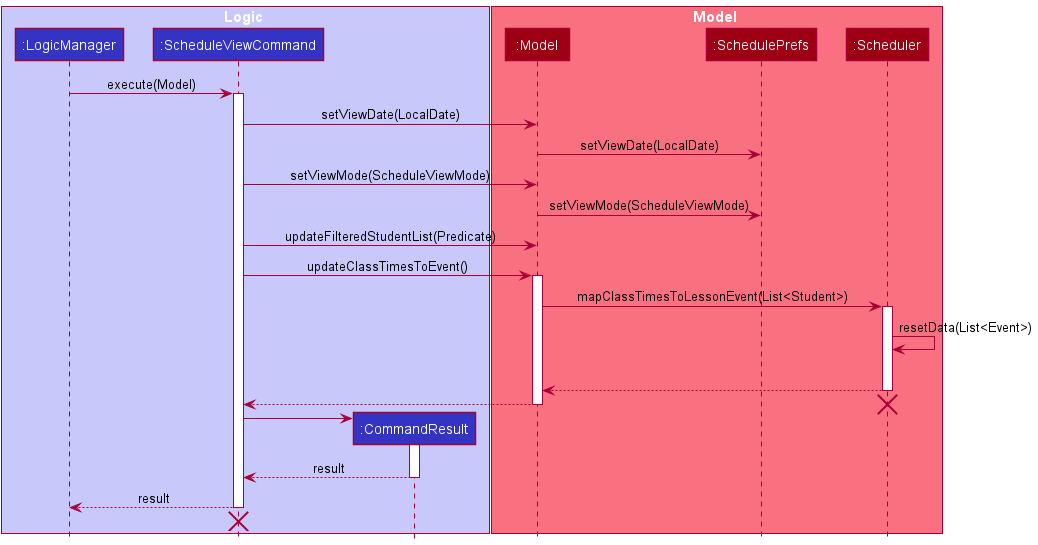
nus-cs2103-AY2021S1/tp keeps this PlantUML diagram as docs/images/ScheduleSequenceDiagram.png. Above is the earlier version.
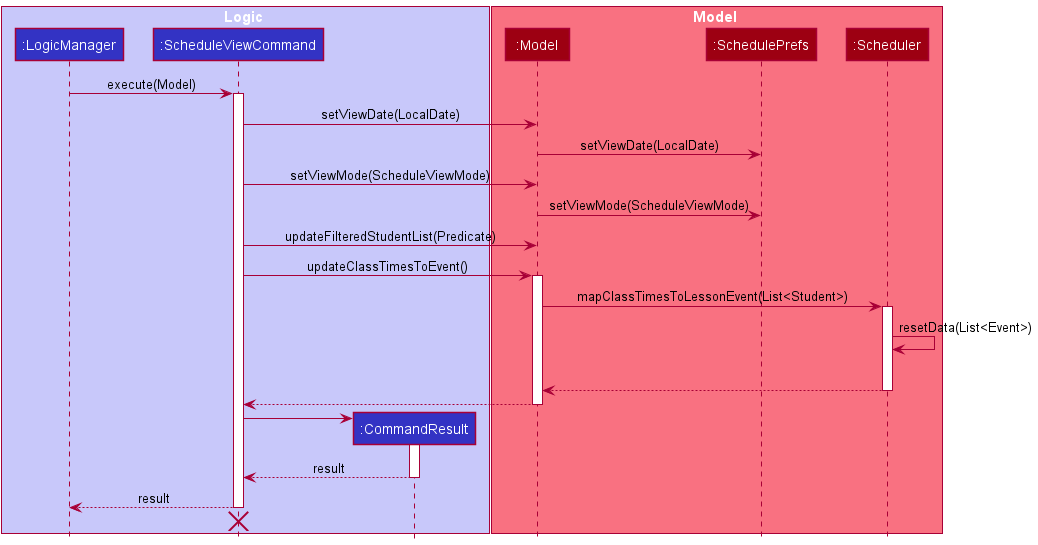
Later version of the same file.

Commit message:
Fix Schedule diagram again

Diff of the diagram source:
```diff
@@ -38,7 +38,6 @@
 
 Model --> ScheduleCommand
 deactivate Model
-destroy Scheduler
 
 create CommandResult
 ScheduleCommand -> CommandResult
```
